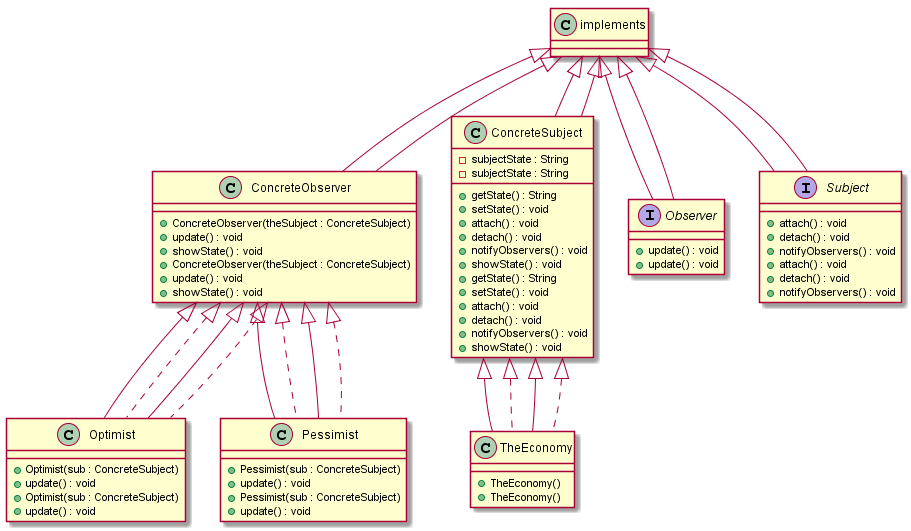
Earlier version of the PlantUML export JavaUMLParser/src/test/resources/Test-Case-4/output.png (MeenakshiParyani/CMPE-202).
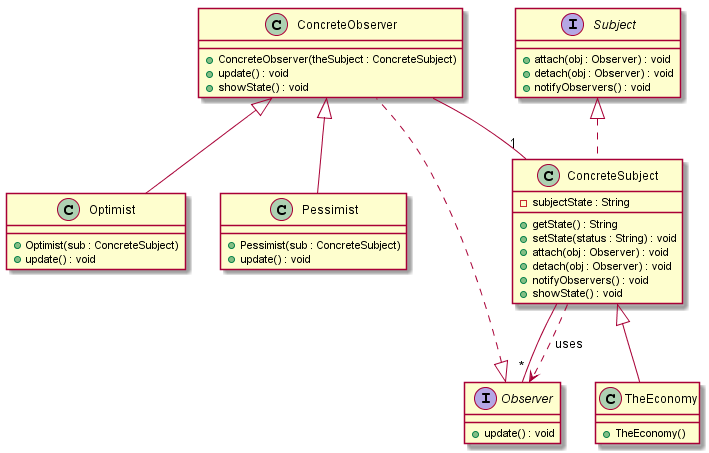
Above is the later version.

Change to the diagram source:
```diff
@@ -1,82 +1,45 @@
-@startuml
-class ConcreteObserver extends  implements  {
+@startumlleft to right direction
+class ConcreteObserver implements Observer {
  +ConcreteObserver(theSubject : ConcreteSubject)
  +update() : void
  +showState() : void
 }
 
-class ConcreteSubject extends  implements  {
+class ConcreteSubject implements Subject {
  -subjectState : String
  +getState() : String
- +setState() : void
- +attach() : void
- +detach() : void
+ +setState(status : String) : void
+ +attach(obj : Observer) : void
+ +detach(obj : Observer) : void
  +notifyObservers() : void
  +showState() : void
 }
 
-interface Observer extends  implements  {
+interface Observer {
  +update() : void
 }
 
-class Optimist extends ConcreteObserver implements ConcreteObserver {
+class Optimist extends ConcreteObserver {
  +Optimist(sub : ConcreteSubject)
  +update() : void
 }
 
-class Pessimist extends ConcreteObserver implements ConcreteObserver {
+class Pessimist extends ConcreteObserver {
  +Pessimist(sub : ConcreteSubject)
  +update() : void
 }
 
-interface Subject extends  implements  {
- +attach() : void
- +detach() : void
+interface Subject {
+ +attach(obj : Observer) : void
+ +detach(obj : Observer) : void
  +notifyObservers() : void
 }
 
-class TheEconomy extends ConcreteSubject implements ConcreteSubject {
+class TheEconomy extends ConcreteSubject {
  +TheEconomy()
 }
 
-class ConcreteObserver extends  implements  {
- +ConcreteObserver(theSubject : ConcreteSubject)
- +update() : void
- +showState() : void
-}
-
-class ConcreteSubject extends  implements  {
- -subjectState : String
- +getState() : String
- +setState() : void
- +attach() : void
- +detach() : void
- +notifyObservers() : void
- +showState() : void
-}
-
-interface Observer extends  implements  {
- +update() : void
-}
-
-class Optimist extends ConcreteObserver implements ConcreteObserver {
- +Optimist(sub : ConcreteSubject)
- +update() : void
-}
-
-class Pessimist extends ConcreteObserver implements ConcreteObserver {
- +Pessimist(sub : ConcreteSubject)
- +update() : void
-}
-
-interface Subject extends  implements  {
- +attach() : void
- +detach() : void
- +notifyObservers() : void
-}
-
-class TheEconomy extends ConcreteSubject implements ConcreteSubject {
- +TheEconomy()
-}
-
+ConcreteSubject ..> Observer : uses
+ConcreteObserver -- " 1" ConcreteSubject
+ConcreteSubject -- " *" Observer
 @enduml
```
